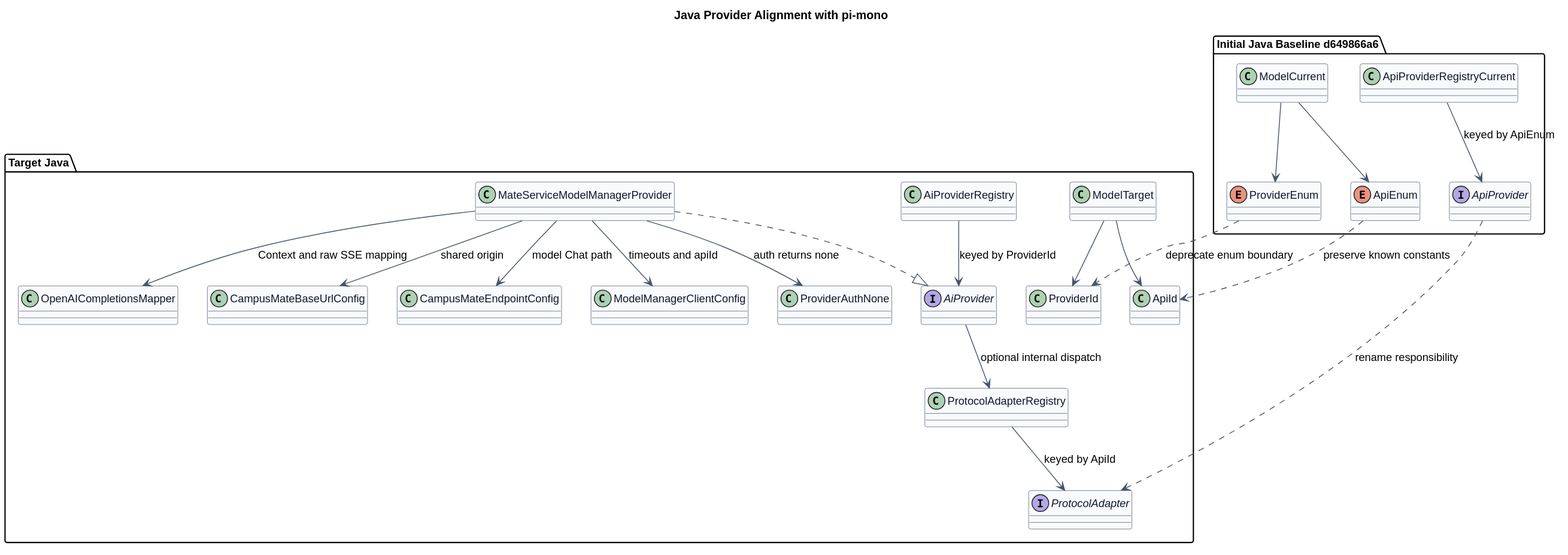
Before: model-manager-provider-contract/java_provider_alignment.svg, a diagram exported from PlantUML (ssm0808/pi-mono-java-design).
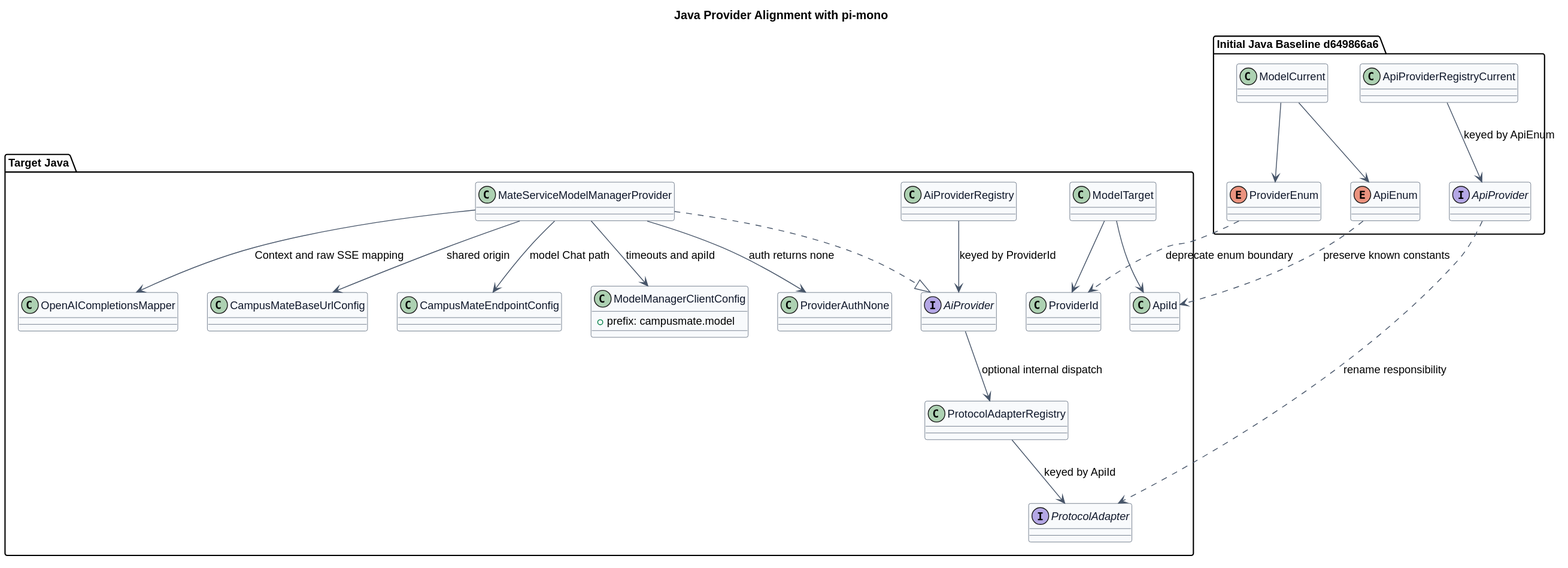
The same file after the commit.

Commit message:
docs(campusmate): 简化模型配置命名空间

Diff of the diagram source:
```diff
@@ -37,7 +37,9 @@
   class OpenAICompletionsMapper
   class CampusMateBaseUrlConfig
   class CampusMateEndpointConfig
-  class ModelManagerClientConfig
+  class ModelManagerClientConfig {
+    +prefix: campusmate.model
+  }
   ModelTarget --> ProviderId
   ModelTarget --> ApiId
   AiProviderRegistry --> AiProvider : keyed by ProviderId
```
